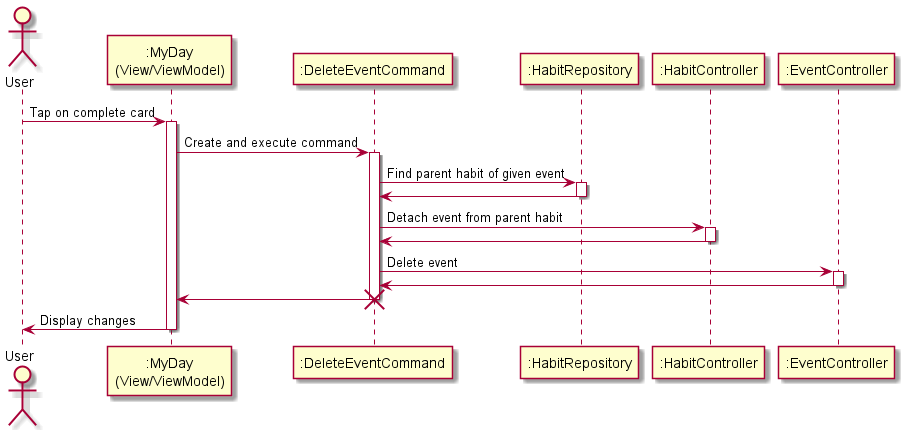
Above: doc/sequence_my_day_tap_complete_card.png in CMPUT301F21T22/Nabu (PlantUML), before the change.
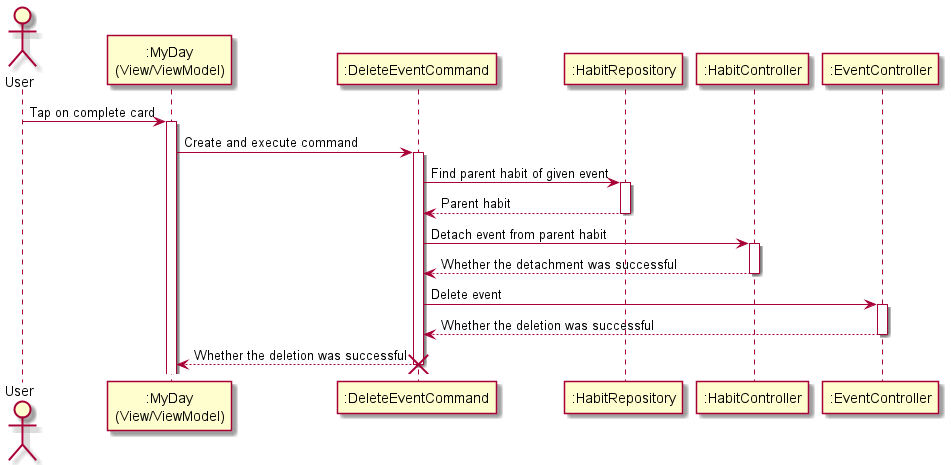
Above is the later version.

Diff of the diagram source:
```diff
@@ -19,25 +19,22 @@
 DeleteEventCommand -> HabitRepository : Find parent habit of given event
 activate HabitRepository
 
-HabitRepository -> DeleteEventCommand
+HabitRepository -[dashed]-> DeleteEventCommand : Parent habit
 deactivate HabitRepository
 
 DeleteEventCommand -> HabitController : Detach event from parent habit
 activate HabitController
 
-HabitController -> DeleteEventCommand
+HabitController -[dashed]-> DeleteEventCommand : Whether the detachment was successful
 deactivate HabitController
 
 DeleteEventCommand -> EventController : Delete event
 activate EventController
 
-EventController -> DeleteEventCommand
+EventController -[dashed]-> DeleteEventCommand : Whether the deletion was successful
 deactivate EventController
 
-DeleteEventCommand -> MyDay
+DeleteEventCommand -[dashed]-> MyDay : Whether the deletion was successful
 destroy DeleteEventCommand
 
-MyDay -> User : Display changes
-deactivate MyDay
-
 @enduml
```
